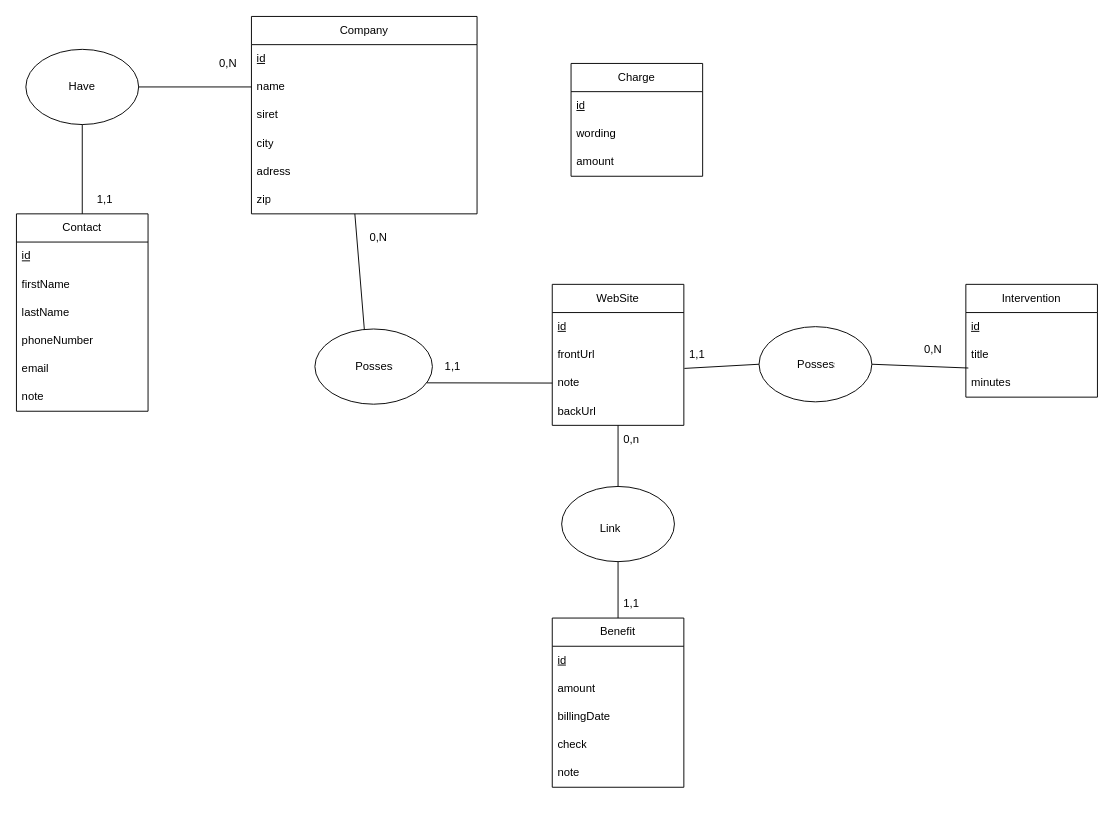
Earlier version of the draw.io diagram Diagramme sans nom.drawio (Yvan-Quilliard/DataBaseCreator). Source tidied: cells renumbered, new cells numbered last; positions are measured from the earlier drawing's top-left corner, leaving out a move shared by most shapes. Both pictures are drawn from the tidied source at 94%, with x=0, y=0 at pixel (16, 16).
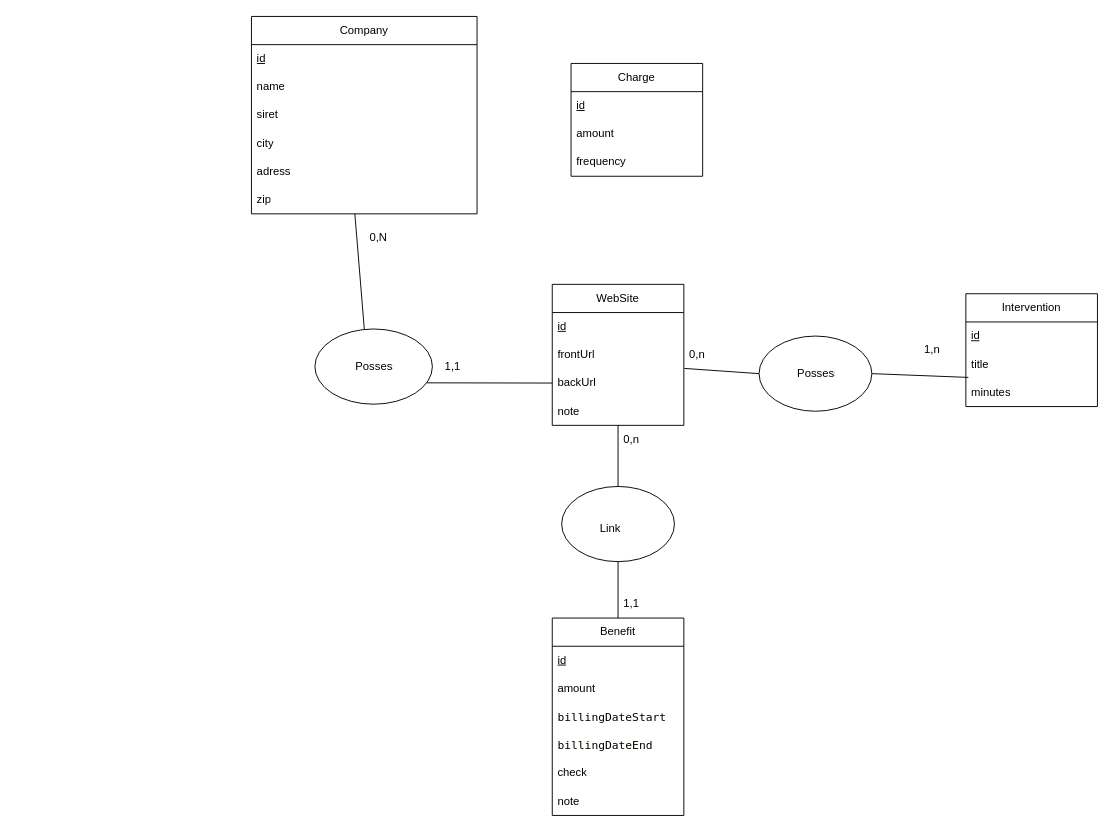
The same page after the edit.

Commit message:
Mettre à jour Diagramme sans nom.drawio

The change refers to these unchanged cells:
```xml
<mxCell id="4" value="name" style="text;strokeColor=none;fillColor=none;align=left;verticalAlign=middle;spacingLeft=4;spacingRight=4;overflow=hidden;points=[[0,0.5],[1,0.5]];portConstraint=eastwest;whiteSpace=wrap;html=1;" parent="2" vertex="1">
  <mxGeometry y="60" width="240" height="30" as="geometry" />
</mxCell>
<mxCell id="10" value="WebSite" style="swimlane;fontStyle=0;horizontal=1;startSize=30;whiteSpace=wrap;html=1;" parent="1" vertex="1">
  <mxGeometry x="570" y="285" width="140" height="150" as="geometry" />
</mxCell>
<mxCell id="20" value="Charge" style="swimlane;fontStyle=0;horizontal=1;startSize=30;whiteSpace=wrap;html=1;" parent="1" vertex="1">
  <mxGeometry x="590" y="50" width="140" height="120" as="geometry" />
</mxCell>
```

Diff of the diagram source:
```diff
@@
-    <mxCell id="13" value="note" style="text;strokeColor=none;fillColor=none;align=left;verticalAlign=middle;spacingLeft=4;spacingRight=4;overflow=hidden;whiteSpace=wrap;html=1;" parent="10" vertex="1">
+    <mxCell id="13" value="backUrl" style="text;strokeColor=none;fillColor=none;align=left;verticalAlign=middle;spacingLeft=4;spacingRight=4;overflow=hidden;whiteSpace=wrap;html=1;" parent="10" vertex="1">
       <mxGeometry y="90" width="140" height="30" as="geometry" />
     </mxCell>
-    <mxCell id="14" value="backUrl" style="text;strokeColor=none;fillColor=none;align=left;verticalAlign=middle;spacingLeft=4;spacingRight=4;overflow=hidden;whiteSpace=wrap;html=1;" parent="10" vertex="1">
+    <mxCell id="14" value="note" style="text;strokeColor=none;fillColor=none;align=left;verticalAlign=middle;spacingLeft=4;spacingRight=4;overflow=hidden;whiteSpace=wrap;html=1;" parent="10" vertex="1">
       <mxGeometry y="120" width="140" height="30" as="geometry" />
     </mxCell>
@@
+    <mxCell id="23" value="amount" style="text;strokeColor=none;fillColor=none;align=left;verticalAlign=middle;spacingLeft=4;spacingRight=4;overflow=hidden;whiteSpace=wrap;html=1;" parent="20" vertex="1">
+      <mxGeometry y="60" width="140" height="30" as="geometry" />
+    </mxCell>
-    <mxCell id="22" value="wording" style="text;strokeColor=none;fillColor=none;align=left;verticalAlign=middle;spacingLeft=4;spacingRight=4;overflow=hidden;whiteSpace=wrap;html=1;" parent="20" vertex="1">
-      <mxGeometry y="60" width="140" height="30" as="geometry" />
+    <mxCell id="22" value="frequency" style="text;strokeColor=none;fillColor=none;align=left;verticalAlign=middle;spacingLeft=4;spacingRight=4;overflow=hidden;whiteSpace=wrap;html=1;" parent="20" vertex="1">
+      <mxGeometry y="90" width="140" height="30" as="geometry" />
     </mxCell>
-    <mxCell id="23" value="amount" style="text;strokeColor=none;fillColor=none;align=left;verticalAlign=middle;spacingLeft=4;spacingRight=4;overflow=hidden;whiteSpace=wrap;html=1;" parent="20" vertex="1">
-      <mxGeometry y="90" width="140" height="30" as="geometry" />
-    </mxCell>
     <mxCell id="24" value="Benefit" style="swimlane;fontStyle=0;horizontal=1;startSize=30;whiteSpace=wrap;html=1;" parent="1" vertex="1">
-      <mxGeometry x="570" y="640" width="140" height="180" as="geometry" />
+      <mxGeometry x="570" y="640" width="140" height="210" as="geometry" />
     </mxCell>
@@
-    <mxCell id="27" value="billingDate" style="text;strokeColor=none;fillColor=none;align=left;verticalAlign=middle;spacingLeft=4;spacingRight=4;overflow=hidden;whiteSpace=wrap;html=1;" parent="24" vertex="1">
+    <mxCell id="27" value="&lt;div style=&quot;background-color: rgb(255, 255, 254); font-family: ui-monospace, SFMono-Medium, &amp;quot;SF Mono&amp;quot;, &amp;quot;Segoe UI Mono&amp;quot;, &amp;quot;Roboto Mono&amp;quot;, &amp;quot;Ubuntu Mono&amp;quot;, Menlo, monospace; line-height: 18px;&quot;&gt;&lt;font style=&quot;font-size: 12px;&quot;&gt;billingDateStart&lt;/font&gt;&lt;/div&gt;" style="text;strokeColor=none;fillColor=none;align=left;verticalAlign=middle;spacingLeft=4;spacingRight=4;overflow=hidden;whiteSpace=wrap;html=1;" parent="24" vertex="1">
       <mxGeometry y="90" width="140" height="30" as="geometry" />
     </mxCell>
+    <mxCell id="59" value="&lt;div style=&quot;background-color: rgb(255, 255, 254); font-family: ui-monospace, SFMono-Medium, &amp;quot;SF Mono&amp;quot;, &amp;quot;Segoe UI Mono&amp;quot;, &amp;quot;Roboto Mono&amp;quot;, &amp;quot;Ubuntu Mono&amp;quot;, Menlo, monospace; line-height: 18px;&quot;&gt;&lt;font style=&quot;font-size: 12px;&quot;&gt;billingDateEnd&lt;/font&gt;&lt;/div&gt;" style="text;strokeColor=none;fillColor=none;align=left;verticalAlign=middle;spacingLeft=4;spacingRight=4;overflow=hidden;whiteSpace=wrap;html=1;" parent="24" vertex="1">
+      <mxGeometry y="120" width="140" height="30" as="geometry" />
+    </mxCell>
     <mxCell id="28" value="check" style="text;strokeColor=none;fillColor=none;align=left;verticalAlign=middle;spacingLeft=4;spacingRight=4;overflow=hidden;whiteSpace=wrap;html=1;" parent="24" vertex="1">
-      <mxGeometry y="120" width="140" height="30" as="geometry" />
+      <mxGeometry y="150" width="140" height="30" as="geometry" />
     </mxCell>
     <mxCell id="29" value="note" style="text;strokeColor=none;fillColor=none;align=left;verticalAlign=middle;spacingLeft=4;spacingRight=4;overflow=hidden;whiteSpace=wrap;html=1;" parent="24" vertex="1">
-      <mxGeometry y="150" width="140" height="30" as="geometry" />
+      <mxGeometry y="180" width="140" height="30" as="geometry" />
     </mxCell>
-    <mxCell id="30" value="Contact" style="swimlane;fontStyle=0;horizontal=1;startSize=30;whiteSpace=wrap;html=1;" parent="1" vertex="1">
-      <mxGeometry y="210" width="140" height="210" as="geometry" />
-    </mxCell>
-    <mxCell id="31" value="&lt;u&gt;id&lt;/u&gt;" style="text;strokeColor=none;fillColor=none;align=left;verticalAlign=middle;spacingLeft=4;spacingRight=4;overflow=hidden;whiteSpace=wrap;html=1;" parent="30" vertex="1">
-      <mxGeometry y="30" width="140" height="30" as="geometry" />
-    </mxCell>
-    <mxCell id="32" value="firstName" style="text;strokeColor=none;fillColor=none;align=left;verticalAlign=middle;spacingLeft=4;spacingRight=4;overflow=hidden;whiteSpace=wrap;html=1;" parent="30" vertex="1">
-      <mxGeometry y="60" width="140" height="30" as="geometry" />
-    </mxCell>
-    <mxCell id="33" value="lastName" style="text;strokeColor=none;fillColor=none;align=left;verticalAlign=middle;spacingLeft=4;spacingRight=4;overflow=hidden;whiteSpace=wrap;html=1;" parent="30" vertex="1">
-      <mxGeometry y="90" width="140" height="30" as="geometry" />
-    </mxCell>
-    <mxCell id="34" value="phoneNumber" style="text;strokeColor=none;fillColor=none;align=left;verticalAlign=middle;spacingLeft=4;spacingRight=4;overflow=hidden;whiteSpace=wrap;html=1;" parent="30" vertex="1">
-      <mxGeometry y="120" width="140" height="30" as="geometry" />
-    </mxCell>
-    <mxCell id="35" value="email" style="text;strokeColor=none;fillColor=none;align=left;verticalAlign=middle;spacingLeft=4;spacingRight=4;overflow=hidden;whiteSpace=wrap;html=1;" parent="30" vertex="1">
-      <mxGeometry y="150" width="140" height="30" as="geometry" />
-    </mxCell>
-    <mxCell id="36" value="note" style="text;strokeColor=none;fillColor=none;align=left;verticalAlign=middle;spacingLeft=4;spacingRight=4;overflow=hidden;whiteSpace=wrap;html=1;" parent="30" vertex="1">
-      <mxGeometry y="180" width="140" height="30" as="geometry" />
-    </mxCell>
@@
-    <mxCell id="40" style="ellipse;whiteSpace=wrap;html=1;" parent="1" vertex="1">
-      <mxGeometry x="10" y="35" width="120" height="80" as="geometry" />
-    </mxCell>
-    <mxCell id="41" style="endArrow=none;html=1;rounded=0;exitX=1;exitY=0.5;exitDx=0;exitDy=0;entryX=0;entryY=0.5;entryDx=0;entryDy=0;" parent="1" edge="1" source="40" target="4">
-      <mxGeometry relative="1" as="geometry" />
-    </mxCell>
-    <mxCell id="42" style="endArrow=none;html=1;rounded=0;exitX=0.5;exitY=0;exitDx=0;exitDy=0;entryX=0.5;entryY=1;entryDx=0;entryDy=0;" parent="1" edge="1" source="30" target="40">
-      <mxGeometry relative="1" as="geometry" />
-    </mxCell>
-    <mxCell id="43" value="0,N" style="text;strokeColor=none;fillColor=none;align=left;verticalAlign=middle;spacingLeft=4;spacingRight=4;overflow=hidden;whiteSpace=wrap;html=1;" parent="1" vertex="1">
-      <mxGeometry x="210" y="35" width="80" height="30" as="geometry" />
-    </mxCell>
-    <mxCell id="44" value="1,1" style="text;strokeColor=none;fillColor=none;align=left;verticalAlign=middle;spacingLeft=4;spacingRight=4;overflow=hidden;whiteSpace=wrap;html=1;" parent="1" vertex="1">
-      <mxGeometry x="80" y="180" width="80" height="30" as="geometry" />
-    </mxCell>
-    <mxCell id="45" value="Have" style="text;strokeColor=none;fillColor=none;align=left;verticalAlign=middle;spacingLeft=4;spacingRight=4;overflow=hidden;whiteSpace=wrap;html=1;" parent="1" vertex="1">
-      <mxGeometry x="50" y="60" width="80" height="30" as="geometry" />
-    </mxCell>
@@
     <mxCell id="50" value="Intervention" style="swimlane;fontStyle=0;horizontal=1;startSize=30;whiteSpace=wrap;html=1;" parent="1" vertex="1">
-      <mxGeometry x="1010" y="285" width="140" height="120" as="geometry" />
+      <mxGeometry x="1010" y="295" width="140" height="120" as="geometry" />
     </mxCell>
@@
-    <mxCell id="54" value="1,1" style="text;strokeColor=none;fillColor=none;align=left;verticalAlign=middle;spacingLeft=4;spacingRight=4;overflow=hidden;whiteSpace=wrap;html=1;" parent="1" vertex="1">
+    <mxCell id="54" value="0,n" style="text;strokeColor=none;fillColor=none;align=left;verticalAlign=middle;spacingLeft=4;spacingRight=4;overflow=hidden;whiteSpace=wrap;html=1;" parent="1" vertex="1">
       <mxGeometry x="710" y="345" width="80" height="30" as="geometry" />
     </mxCell>
-    <mxCell id="55" value="0,N" style="text;strokeColor=none;fillColor=none;align=left;verticalAlign=middle;spacingLeft=4;spacingRight=4;overflow=hidden;whiteSpace=wrap;html=1;" parent="1" vertex="1">
+    <mxCell id="55" value="1,n" style="text;strokeColor=none;fillColor=none;align=left;verticalAlign=middle;spacingLeft=4;spacingRight=4;overflow=hidden;whiteSpace=wrap;html=1;" parent="1" vertex="1">
       <mxGeometry x="960" y="340" width="40" height="30" as="geometry" />
     </mxCell>
@@
     <mxCell id="57" style="ellipse;whiteSpace=wrap;html=1;" parent="1" vertex="1">
-      <mxGeometry x="790" y="330" width="120" height="80" as="geometry" />
+      <mxGeometry x="790" y="340" width="120" height="80" as="geometry" />
     </mxCell>
     <mxCell id="58" value="Possess" style="text;strokeColor=none;fillColor=none;align=left;verticalAlign=middle;spacingLeft=4;spacingRight=4;overflow=hidden;whiteSpace=wrap;html=1;" parent="1" vertex="1">
-      <mxGeometry x="825" y="355" width="50" height="30" as="geometry" />
+      <mxGeometry x="825" y="365" width="50" height="30" as="geometry" />
     </mxCell>
```
